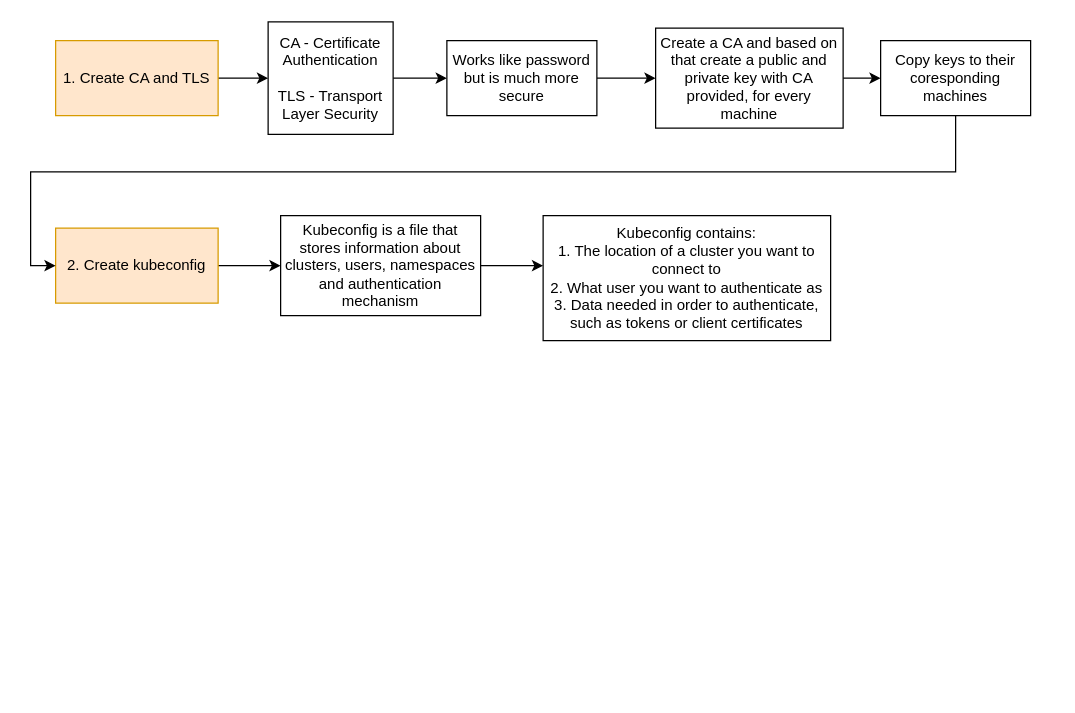
Above: KTHW.drawio in JanKaczmarski/diagrams (draw.io), before the change. Source tidied: cells renumbered, new cells numbered last; positions are measured from the earlier drawing's top-left corner, leaving out a move shared by most shapes. Both pictures are drawn from the tidied source at 125%, with x=0, y=0 at pixel (55, 21).
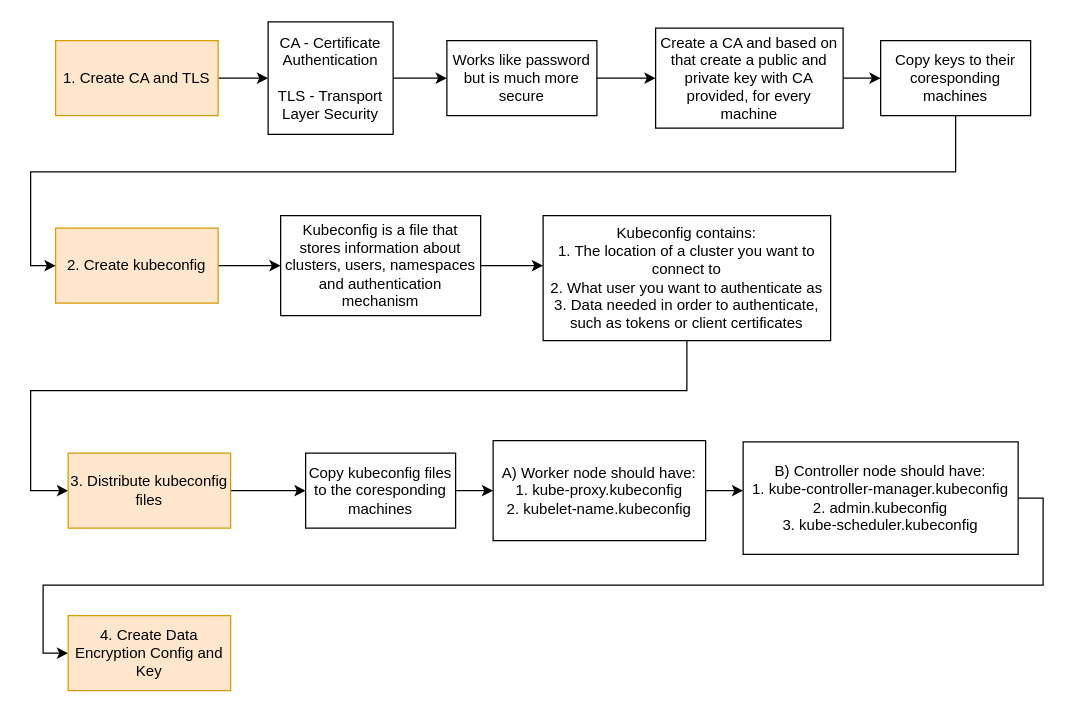
After the change.

The change refers to these unchanged cells:
```xml
<mxCell id="14" value="Kubeconfig contains:&lt;br&gt;1. The location of a cluster you want to connect to&lt;br&gt;2. What user you want to authenticate as&lt;br&gt;3. Data needed in order to authenticate, such as tokens or client certificates" style="rounded=0;whiteSpace=wrap;html=1;" parent="1" vertex="1">
  <mxGeometry x="390" y="155" width="230" height="100" as="geometry" />
</mxCell>
```

What changed in the source:
```diff
@@
+    <mxCell id="17" style="edgeStyle=orthogonalEdgeStyle;rounded=0;jettySize=auto;html=1;entryX=0;entryY=0.5;entryDx=0;entryDy=0;" parent="1" edge="1" source="14" target="19">
+      <mxGeometry relative="1" as="geometry">
+        <Array as="points">
+          <mxPoint x="505" y="295" />
+          <mxPoint x="-20" y="295" />
+          <mxPoint x="-20" y="375" />
+        </Array>
+      </mxGeometry>
+    </mxCell>
@@
+    <mxCell id="18" style="edgeStyle=orthogonalEdgeStyle;rounded=0;jettySize=auto;html=1;exitX=1;exitY=0.5;exitDx=0;exitDy=0;" parent="1" edge="1" source="19" target="21">
+      <mxGeometry relative="1" as="geometry" />
+    </mxCell>
+    <mxCell id="19" value="3. Distribute kubeconfig files" style="rounded=0;whiteSpace=wrap;html=1;fillColor=#ffe6cc;strokeColor=#d79b00;" parent="1" vertex="1">
+      <mxGeometry x="10" y="345" width="130" height="60" as="geometry" />
+    </mxCell>
+    <mxCell id="20" style="edgeStyle=orthogonalEdgeStyle;rounded=0;jettySize=auto;html=1;" parent="1" edge="1" source="21">
+      <mxGeometry relative="1" as="geometry">
+        <mxPoint x="350" y="375" as="targetPoint" />
+      </mxGeometry>
+    </mxCell>
+    <mxCell id="21" value="Copy kubeconfig files to the coresponding machines" style="rounded=0;whiteSpace=wrap;html=1;" parent="1" vertex="1">
+      <mxGeometry x="200" y="345" width="120" height="60" as="geometry" />
+    </mxCell>
+    <mxCell id="22" style="edgeStyle=orthogonalEdgeStyle;rounded=0;jettySize=auto;html=1;" parent="1" edge="1" source="23">
+      <mxGeometry relative="1" as="geometry">
+        <mxPoint x="550" y="375" as="targetPoint" />
+      </mxGeometry>
+    </mxCell>
+    <mxCell id="23" value="A) Worker node should have:&lt;br&gt;1. kube-proxy.kubeconfig&lt;br&gt;2. kubelet-name.kubeconfig" style="rounded=0;whiteSpace=wrap;html=1;" parent="1" vertex="1">
+      <mxGeometry x="350" y="335" width="170" height="80" as="geometry" />
+    </mxCell>
+    <mxCell id="24" style="edgeStyle=orthogonalEdgeStyle;rounded=0;jettySize=auto;html=1;exitX=1;exitY=0.5;exitDx=0;exitDy=0;entryX=0;entryY=0.5;entryDx=0;entryDy=0;" parent="1" edge="1" source="25" target="26">
+      <mxGeometry relative="1" as="geometry" />
+    </mxCell>
+    <mxCell id="25" value="B) Controller node should have:&lt;br&gt;1. kube-controller-manager.kubeconfig&lt;br&gt;2. admin.kubeconfig&lt;br&gt;3. kube-scheduler.kubeconfig" style="rounded=0;whiteSpace=wrap;html=1;" parent="1" vertex="1">
+      <mxGeometry x="550" y="336" width="220" height="90" as="geometry" />
+    </mxCell>
+    <mxCell id="26" value="4. Create Data Encryption Config and Key" style="rounded=0;whiteSpace=wrap;html=1;fillColor=#ffe6cc;strokeColor=#d79b00;" parent="1" vertex="1">
+      <mxGeometry x="10" y="475" width="130" height="60" as="geometry" />
+    </mxCell>
```
